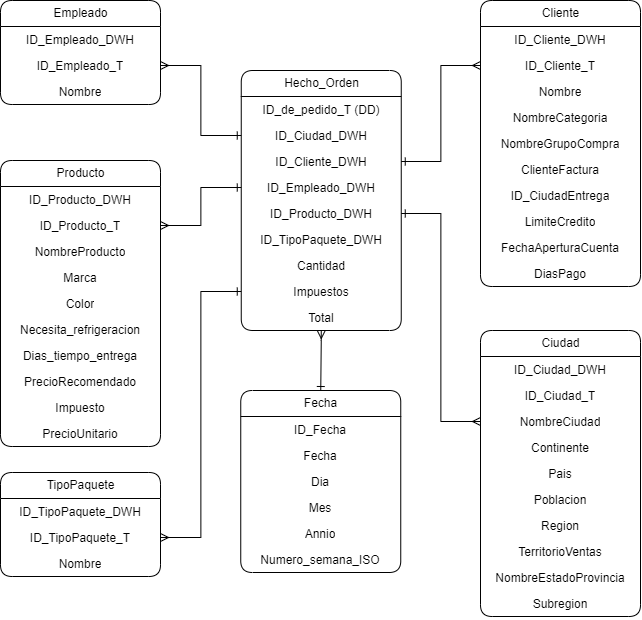
The draw.io diagram docs/RecursosTutoriales/Tutoriales/WWI_modelo_ordenes.png in MIAD-Modelo-Datos/guias_v1, before a commit. Source tidied: cells renumbered, new cells last; positions are measured from the earlier drawing's top-left corner, leaving out a move shared by most shapes. The source it was exported from:
```xml
<mxGraphModel>
  <root>
    <mxCell id="0" />
    <mxCell id="1" parent="0" />
    <mxCell id="2" value="Producto" style="swimlane;fontStyle=0;horizontal=1;startSize=26;fillColor=none;html=1;rounded=1;align=center;" parent="1" vertex="1">
      <mxGeometry y="160" width="160" height="286" as="geometry" />
    </mxCell>
    <mxCell id="3" value="ID_Producto_DWH" style="text;strokeColor=none;fillColor=none;align=center;verticalAlign=top;spacingLeft=4;spacingRight=4;overflow=hidden;whiteSpace=wrap;html=1;" parent="2" vertex="1">
      <mxGeometry y="26" width="160" height="26" as="geometry" />
    </mxCell>
    <mxCell id="4" value="ID_Producto_T" style="text;strokeColor=none;fillColor=none;align=center;verticalAlign=top;spacingLeft=4;spacingRight=4;overflow=hidden;points=[[0,0.5],[1,0.5]];portConstraint=eastwest;whiteSpace=wrap;html=1;" parent="2" vertex="1">
      <mxGeometry y="52" width="160" height="26" as="geometry" />
    </mxCell>
    <mxCell id="5" value="NombreProducto" style="text;strokeColor=none;fillColor=none;align=center;verticalAlign=top;spacingLeft=4;spacingRight=4;overflow=hidden;whiteSpace=wrap;html=1;" parent="2" vertex="1">
      <mxGeometry y="78" width="160" height="26" as="geometry" />
    </mxCell>
    <mxCell id="6" value="Marca" style="text;strokeColor=none;fillColor=none;align=center;verticalAlign=top;spacingLeft=4;spacingRight=4;overflow=hidden;whiteSpace=wrap;html=1;" parent="2" vertex="1">
      <mxGeometry y="104" width="160" height="26" as="geometry" />
    </mxCell>
    <mxCell id="7" value="Color" style="text;strokeColor=none;fillColor=none;align=center;verticalAlign=top;spacingLeft=4;spacingRight=4;overflow=hidden;whiteSpace=wrap;html=1;" parent="2" vertex="1">
      <mxGeometry y="130" width="160" height="26" as="geometry" />
    </mxCell>
    <mxCell id="8" value="Necesita_refrigeracion" style="text;strokeColor=none;fillColor=none;align=center;verticalAlign=top;spacingLeft=4;spacingRight=4;overflow=hidden;whiteSpace=wrap;html=1;" parent="2" vertex="1">
      <mxGeometry y="156" width="160" height="26" as="geometry" />
    </mxCell>
    <mxCell id="9" value="Dias_tiempo_entrega" style="text;strokeColor=none;fillColor=none;align=center;verticalAlign=top;spacingLeft=4;spacingRight=4;overflow=hidden;whiteSpace=wrap;html=1;" parent="2" vertex="1">
      <mxGeometry y="182" width="160" height="26" as="geometry" />
    </mxCell>
    <mxCell id="10" value="PrecioRecomendado" style="text;strokeColor=none;fillColor=none;align=center;verticalAlign=top;spacingLeft=4;spacingRight=4;overflow=hidden;whiteSpace=wrap;html=1;" parent="2" vertex="1">
      <mxGeometry y="208" width="160" height="26" as="geometry" />
    </mxCell>
    <mxCell id="11" value="Impuesto" style="text;strokeColor=none;fillColor=none;align=center;verticalAlign=top;spacingLeft=4;spacingRight=4;overflow=hidden;whiteSpace=wrap;html=1;" parent="2" vertex="1">
      <mxGeometry y="234" width="160" height="26" as="geometry" />
    </mxCell>
    <mxCell id="12" value="PrecioUnitario" style="text;strokeColor=none;fillColor=none;align=center;verticalAlign=top;spacingLeft=4;spacingRight=4;overflow=hidden;whiteSpace=wrap;html=1;" parent="2" vertex="1">
      <mxGeometry y="260" width="160" height="26" as="geometry" />
    </mxCell>
    <mxCell id="13" value="Empleado" style="swimlane;fontStyle=0;horizontal=1;startSize=26;fillColor=none;html=1;rounded=1;align=center;" parent="1" vertex="1">
      <mxGeometry width="160" height="104" as="geometry" />
    </mxCell>
    <mxCell id="14" value="ID_Empleado_DWH" style="text;strokeColor=none;fillColor=none;align=center;verticalAlign=top;spacingLeft=4;spacingRight=4;overflow=hidden;whiteSpace=wrap;html=1;" parent="13" vertex="1">
      <mxGeometry y="26" width="160" height="26" as="geometry" />
    </mxCell>
    <mxCell id="15" value="ID_Empleado_T" style="text;strokeColor=none;fillColor=none;align=center;verticalAlign=top;spacingLeft=4;spacingRight=4;overflow=hidden;points=[[0,0.5],[1,0.5]];portConstraint=eastwest;whiteSpace=wrap;html=1;" parent="13" vertex="1">
      <mxGeometry y="52" width="160" height="26" as="geometry" />
    </mxCell>
    <mxCell id="16" value="Nombre" style="text;strokeColor=none;fillColor=none;align=center;verticalAlign=top;spacingLeft=4;spacingRight=4;overflow=hidden;whiteSpace=wrap;html=1;" parent="13" vertex="1">
      <mxGeometry y="78" width="160" height="26" as="geometry" />
    </mxCell>
    <mxCell id="17" value="Cliente" style="swimlane;fontStyle=0;horizontal=1;startSize=26;fillColor=none;html=1;rounded=1;align=center;" parent="1" vertex="1">
      <mxGeometry x="480" width="160" height="286" as="geometry" />
    </mxCell>
    <mxCell id="18" value="ID_Cliente_DWH" style="text;strokeColor=none;fillColor=none;align=center;verticalAlign=top;spacingLeft=4;spacingRight=4;overflow=hidden;whiteSpace=wrap;html=1;" parent="17" vertex="1">
      <mxGeometry y="26" width="160" height="26" as="geometry" />
    </mxCell>
    <mxCell id="19" value="ID_Cliente_T" style="text;strokeColor=none;fillColor=none;align=center;verticalAlign=top;spacingLeft=4;spacingRight=4;overflow=hidden;points=[[0,0.5],[1,0.5]];portConstraint=eastwest;whiteSpace=wrap;html=1;" parent="17" vertex="1">
      <mxGeometry y="52" width="160" height="26" as="geometry" />
    </mxCell>
    <mxCell id="20" value="Nombre" style="text;strokeColor=none;fillColor=none;align=center;verticalAlign=top;spacingLeft=4;spacingRight=4;overflow=hidden;points=[[0,0.5],[1,0.5]];portConstraint=eastwest;whiteSpace=wrap;html=1;" parent="17" vertex="1">
      <mxGeometry y="78" width="160" height="26" as="geometry" />
    </mxCell>
    <mxCell id="21" value="NombreCategoria" style="text;strokeColor=none;fillColor=none;align=center;verticalAlign=top;spacingLeft=4;spacingRight=4;overflow=hidden;whiteSpace=wrap;html=1;" parent="17" vertex="1">
      <mxGeometry y="104" width="160" height="26" as="geometry" />
    </mxCell>
    <mxCell id="22" value="NombreGrupoCompra" style="text;strokeColor=none;fillColor=none;align=center;verticalAlign=top;spacingLeft=4;spacingRight=4;overflow=hidden;whiteSpace=wrap;html=1;" parent="17" vertex="1">
      <mxGeometry y="130" width="160" height="26" as="geometry" />
    </mxCell>
    <mxCell id="23" value="ClienteFactura" style="text;strokeColor=none;fillColor=none;align=center;verticalAlign=top;spacingLeft=4;spacingRight=4;overflow=hidden;whiteSpace=wrap;html=1;" parent="17" vertex="1">
      <mxGeometry y="156" width="160" height="26" as="geometry" />
    </mxCell>
    <mxCell id="24" value="ID_CiudadEntrega" style="text;strokeColor=none;fillColor=none;align=center;verticalAlign=top;spacingLeft=4;spacingRight=4;overflow=hidden;whiteSpace=wrap;html=1;" parent="17" vertex="1">
      <mxGeometry y="182" width="160" height="26" as="geometry" />
    </mxCell>
    <mxCell id="25" value="LimiteCredito" style="text;strokeColor=none;fillColor=none;align=center;verticalAlign=top;spacingLeft=4;spacingRight=4;overflow=hidden;whiteSpace=wrap;html=1;" parent="17" vertex="1">
      <mxGeometry y="208" width="160" height="26" as="geometry" />
    </mxCell>
    <mxCell id="26" value="FechaAperturaCuenta" style="text;strokeColor=none;fillColor=none;align=center;verticalAlign=top;spacingLeft=4;spacingRight=4;overflow=hidden;whiteSpace=wrap;html=1;" parent="17" vertex="1">
      <mxGeometry y="234" width="160" height="26" as="geometry" />
    </mxCell>
    <mxCell id="27" value="DiasPago" style="text;strokeColor=none;fillColor=none;align=center;verticalAlign=top;spacingLeft=4;spacingRight=4;overflow=hidden;whiteSpace=wrap;html=1;" parent="17" vertex="1">
      <mxGeometry y="260" width="160" height="26" as="geometry" />
    </mxCell>
    <mxCell id="28" value="Fecha" style="swimlane;fontStyle=0;horizontal=1;startSize=26;fillColor=none;html=1;rounded=1;align=center;" parent="1" vertex="1">
      <mxGeometry x="240.2" y="390" width="160" height="182" as="geometry" />
    </mxCell>
    <mxCell id="29" value="ID_Fecha" style="text;strokeColor=none;fillColor=none;align=center;verticalAlign=top;spacingLeft=4;spacingRight=4;overflow=hidden;whiteSpace=wrap;html=1;" parent="28" vertex="1">
      <mxGeometry y="26" width="160" height="26" as="geometry" />
    </mxCell>
    <mxCell id="30" value="Fecha" style="text;strokeColor=none;fillColor=none;align=center;verticalAlign=top;spacingLeft=4;spacingRight=4;overflow=hidden;whiteSpace=wrap;html=1;" parent="28" vertex="1">
      <mxGeometry y="52" width="160" height="26" as="geometry" />
    </mxCell>
    <mxCell id="31" value="Dia" style="text;strokeColor=none;fillColor=none;align=center;verticalAlign=top;spacingLeft=4;spacingRight=4;overflow=hidden;whiteSpace=wrap;html=1;" parent="28" vertex="1">
      <mxGeometry y="78" width="160" height="26" as="geometry" />
    </mxCell>
    <mxCell id="32" value="Mes" style="text;strokeColor=none;fillColor=none;align=center;verticalAlign=top;spacingLeft=4;spacingRight=4;overflow=hidden;whiteSpace=wrap;html=1;" parent="28" vertex="1">
      <mxGeometry y="104" width="160" height="26" as="geometry" />
    </mxCell>
    <mxCell id="33" value="Annio" style="text;strokeColor=none;fillColor=none;align=center;verticalAlign=top;spacingLeft=4;spacingRight=4;overflow=hidden;whiteSpace=wrap;html=1;" parent="28" vertex="1">
      <mxGeometry y="130" width="160" height="26" as="geometry" />
    </mxCell>
    <mxCell id="34" value="Numero_semana_ISO" style="text;strokeColor=none;fillColor=none;align=center;verticalAlign=top;spacingLeft=4;spacingRight=4;overflow=hidden;whiteSpace=wrap;html=1;" parent="28" vertex="1">
      <mxGeometry y="156" width="160" height="26" as="geometry" />
    </mxCell>
    <mxCell id="35" style="edgeStyle=orthogonalEdgeStyle;rounded=0;jettySize=auto;html=1;entryX=0.5;entryY=0;entryDx=0;entryDy=0;startArrow=ERmany;startFill=0;endArrow=ERone;endFill=0;" parent="1" edge="1" source="45" target="28">
      <mxGeometry relative="1" as="geometry">
        <Array as="points">
          <mxPoint x="320.8" y="340" />
          <mxPoint x="320.8" y="340" />
        </Array>
      </mxGeometry>
    </mxCell>
    <mxCell id="36" value="Hecho_Orden" style="swimlane;fontStyle=0;horizontal=1;startSize=26;fillColor=none;html=1;rounded=1;align=center;" parent="1" vertex="1">
      <mxGeometry x="240.8" y="70" width="160" height="260" as="geometry" />
    </mxCell>
    <mxCell id="37" value="ID_de_pedido_T (DD)" style="text;strokeColor=none;fillColor=none;align=center;verticalAlign=top;spacingLeft=4;spacingRight=4;overflow=hidden;whiteSpace=wrap;html=1;" parent="36" vertex="1">
      <mxGeometry y="26" width="160" height="26" as="geometry" />
    </mxCell>
    <mxCell id="38" value="ID_Ciudad_DWH" style="text;strokeColor=none;fillColor=none;align=center;verticalAlign=top;spacingLeft=4;spacingRight=4;overflow=hidden;points=[[0,0.5],[1,0.5]];portConstraint=eastwest;whiteSpace=wrap;html=1;" parent="36" vertex="1">
      <mxGeometry y="52" width="160" height="26" as="geometry" />
    </mxCell>
    <mxCell id="39" value="ID_Cliente_DWH" style="text;strokeColor=none;fillColor=none;align=center;verticalAlign=top;spacingLeft=4;spacingRight=4;overflow=hidden;points=[[0,0.5],[1,0.5]];portConstraint=eastwest;whiteSpace=wrap;html=1;" parent="36" vertex="1">
      <mxGeometry y="78" width="160" height="26" as="geometry" />
    </mxCell>
    <mxCell id="40" value="ID_Empleado_DWH" style="text;strokeColor=none;fillColor=none;align=center;verticalAlign=top;spacingLeft=4;spacingRight=4;overflow=hidden;points=[[0,0.5],[1,0.5]];portConstraint=eastwest;whiteSpace=wrap;html=1;" parent="36" vertex="1">
      <mxGeometry y="104" width="160" height="26" as="geometry" />
    </mxCell>
    <mxCell id="41" value="ID_Producto_DWH" style="text;strokeColor=none;fillColor=none;align=center;verticalAlign=top;spacingLeft=4;spacingRight=4;overflow=hidden;points=[[0,0.5],[1,0.5]];portConstraint=eastwest;whiteSpace=wrap;html=1;" parent="36" vertex="1">
      <mxGeometry y="130" width="160" height="26" as="geometry" />
    </mxCell>
    <mxCell id="42" value="ID_TipoPaquete_DWH" style="text;strokeColor=none;fillColor=none;align=center;verticalAlign=top;spacingLeft=4;spacingRight=4;overflow=hidden;whiteSpace=wrap;html=1;" parent="36" vertex="1">
      <mxGeometry y="156" width="160" height="26" as="geometry" />
    </mxCell>
    <mxCell id="43" value="Cantidad" style="text;strokeColor=none;fillColor=none;align=center;verticalAlign=top;spacingLeft=4;spacingRight=4;overflow=hidden;points=[[0,0.5],[1,0.5]];portConstraint=eastwest;whiteSpace=wrap;html=1;" parent="36" vertex="1">
      <mxGeometry y="182" width="160" height="26" as="geometry" />
    </mxCell>
    <mxCell id="44" value="Impuestos" style="text;strokeColor=none;fillColor=none;align=center;verticalAlign=top;spacingLeft=4;spacingRight=4;overflow=hidden;points=[[0,0.5],[1,0.5]];portConstraint=eastwest;whiteSpace=wrap;html=1;" parent="36" vertex="1">
      <mxGeometry y="208" width="160" height="26" as="geometry" />
    </mxCell>
    <mxCell id="45" value="Total" style="text;strokeColor=none;fillColor=none;align=center;verticalAlign=top;spacingLeft=4;spacingRight=4;overflow=hidden;points=[[0,0.5],[1,0.5]];portConstraint=eastwest;whiteSpace=wrap;html=1;" parent="36" vertex="1">
      <mxGeometry y="234" width="160" height="26" as="geometry" />
    </mxCell>
    <mxCell id="46" value="TipoPaquete" style="swimlane;fontStyle=0;horizontal=1;startSize=26;fillColor=none;html=1;rounded=1;align=center;" parent="1" vertex="1">
      <mxGeometry y="472" width="160" height="104" as="geometry" />
    </mxCell>
    <mxCell id="47" value="ID_TipoPaquete_DWH" style="text;strokeColor=none;fillColor=none;align=center;verticalAlign=top;spacingLeft=4;spacingRight=4;overflow=hidden;whiteSpace=wrap;html=1;" parent="46" vertex="1">
      <mxGeometry y="26" width="160" height="26" as="geometry" />
    </mxCell>
    <mxCell id="48" value="ID_TipoPaquete_T" style="text;strokeColor=none;fillColor=none;align=center;verticalAlign=top;spacingLeft=4;spacingRight=4;overflow=hidden;points=[[0,0.5],[1,0.5]];portConstraint=eastwest;whiteSpace=wrap;html=1;" parent="46" vertex="1">
      <mxGeometry y="52" width="160" height="26" as="geometry" />
    </mxCell>
    <mxCell id="49" value="Nombre" style="text;strokeColor=none;fillColor=none;align=center;verticalAlign=top;spacingLeft=4;spacingRight=4;overflow=hidden;whiteSpace=wrap;html=1;" parent="46" vertex="1">
      <mxGeometry y="78" width="160" height="26" as="geometry" />
    </mxCell>
    <mxCell id="50" value="Ciudad" style="swimlane;fontStyle=0;horizontal=1;startSize=26;fillColor=none;html=1;rounded=1;align=center;" parent="1" vertex="1">
      <mxGeometry x="480" y="330" width="160" height="286" as="geometry" />
    </mxCell>
    <mxCell id="51" value="ID_Ciudad_DWH" style="text;strokeColor=none;fillColor=none;align=center;verticalAlign=top;spacingLeft=4;spacingRight=4;overflow=hidden;whiteSpace=wrap;html=1;" parent="50" vertex="1">
      <mxGeometry y="26" width="160" height="26" as="geometry" />
    </mxCell>
    <mxCell id="52" value="ID_Ciudad_T" style="text;strokeColor=none;fillColor=none;align=center;verticalAlign=top;spacingLeft=4;spacingRight=4;overflow=hidden;whiteSpace=wrap;html=1;" parent="50" vertex="1">
      <mxGeometry y="52" width="160" height="26" as="geometry" />
    </mxCell>
    <mxCell id="53" value="NombreCiudad" style="text;strokeColor=none;fillColor=none;align=center;verticalAlign=top;spacingLeft=4;spacingRight=4;overflow=hidden;points=[[0,0.5],[1,0.5]];portConstraint=eastwest;whiteSpace=wrap;html=1;" parent="50" vertex="1">
      <mxGeometry y="78" width="160" height="26" as="geometry" />
    </mxCell>
    <mxCell id="54" value="Continente" style="text;strokeColor=none;fillColor=none;align=center;verticalAlign=top;spacingLeft=4;spacingRight=4;overflow=hidden;whiteSpace=wrap;html=1;" parent="50" vertex="1">
      <mxGeometry y="104" width="160" height="26" as="geometry" />
    </mxCell>
    <mxCell id="55" value="Pais" style="text;strokeColor=none;fillColor=none;align=center;verticalAlign=top;spacingLeft=4;spacingRight=4;overflow=hidden;whiteSpace=wrap;html=1;" parent="50" vertex="1">
      <mxGeometry y="130" width="160" height="26" as="geometry" />
    </mxCell>
    <mxCell id="56" value="Poblacion" style="text;strokeColor=none;fillColor=none;align=center;verticalAlign=top;spacingLeft=4;spacingRight=4;overflow=hidden;whiteSpace=wrap;html=1;" parent="50" vertex="1">
      <mxGeometry y="156" width="160" height="26" as="geometry" />
    </mxCell>
    <mxCell id="57" value="Region" style="text;strokeColor=none;fillColor=none;align=center;verticalAlign=top;spacingLeft=4;spacingRight=4;overflow=hidden;whiteSpace=wrap;html=1;" parent="50" vertex="1">
      <mxGeometry y="182" width="160" height="26" as="geometry" />
    </mxCell>
    <mxCell id="58" value="TerritorioVentas" style="text;strokeColor=none;fillColor=none;align=center;verticalAlign=top;spacingLeft=4;spacingRight=4;overflow=hidden;whiteSpace=wrap;html=1;" parent="50" vertex="1">
      <mxGeometry y="208" width="160" height="26" as="geometry" />
    </mxCell>
    <mxCell id="59" value="NombreEstadoProvincia" style="text;strokeColor=none;fillColor=none;align=center;verticalAlign=top;spacingLeft=4;spacingRight=4;overflow=hidden;whiteSpace=wrap;html=1;" parent="50" vertex="1">
      <mxGeometry y="234" width="160" height="26" as="geometry" />
    </mxCell>
    <mxCell id="60" value="Subregion" style="text;strokeColor=none;fillColor=none;align=center;verticalAlign=top;spacingLeft=4;spacingRight=4;overflow=hidden;whiteSpace=wrap;html=1;" parent="50" vertex="1">
      <mxGeometry y="260" width="160" height="26" as="geometry" />
    </mxCell>
    <mxCell id="61" style="edgeStyle=orthogonalEdgeStyle;rounded=0;jettySize=auto;html=1;exitX=0;exitY=0.5;exitDx=0;exitDy=0;startArrow=ERmany;startFill=0;endArrow=ERone;endFill=0;" parent="1" edge="1" source="19" target="39">
      <mxGeometry relative="1" as="geometry" />
    </mxCell>
    <mxCell id="62" style="edgeStyle=orthogonalEdgeStyle;rounded=0;jettySize=auto;html=1;exitX=0;exitY=0.5;exitDx=0;exitDy=0;entryX=1;entryY=0.5;entryDx=0;entryDy=0;startArrow=ERmany;startFill=0;endArrow=ERone;endFill=0;" parent="1" edge="1" source="53" target="41">
      <mxGeometry relative="1" as="geometry" />
    </mxCell>
    <mxCell id="63" style="edgeStyle=orthogonalEdgeStyle;rounded=0;jettySize=auto;html=1;exitX=1;exitY=0.5;exitDx=0;exitDy=0;entryX=0;entryY=0.5;entryDx=0;entryDy=0;startArrow=ERmany;startFill=0;endArrow=ERone;endFill=0;" parent="1" edge="1" source="15" target="38">
      <mxGeometry relative="1" as="geometry" />
    </mxCell>
    <mxCell id="64" style="edgeStyle=orthogonalEdgeStyle;rounded=0;jettySize=auto;html=1;exitX=1;exitY=0.5;exitDx=0;exitDy=0;entryX=0;entryY=0.5;entryDx=0;entryDy=0;startArrow=ERmany;startFill=0;endArrow=ERone;endFill=0;" parent="1" edge="1" source="48" target="44">
      <mxGeometry relative="1" as="geometry" />
    </mxCell>
    <mxCell id="65" style="edgeStyle=orthogonalEdgeStyle;rounded=0;jettySize=auto;html=1;exitX=1;exitY=0.5;exitDx=0;exitDy=0;entryX=0;entryY=0.5;entryDx=0;entryDy=0;startArrow=ERmany;startFill=0;endArrow=ERone;endFill=0;" parent="1" edge="1" source="4" target="40">
      <mxGeometry relative="1" as="geometry" />
    </mxCell>
  </root>
</mxGraphModel>
```
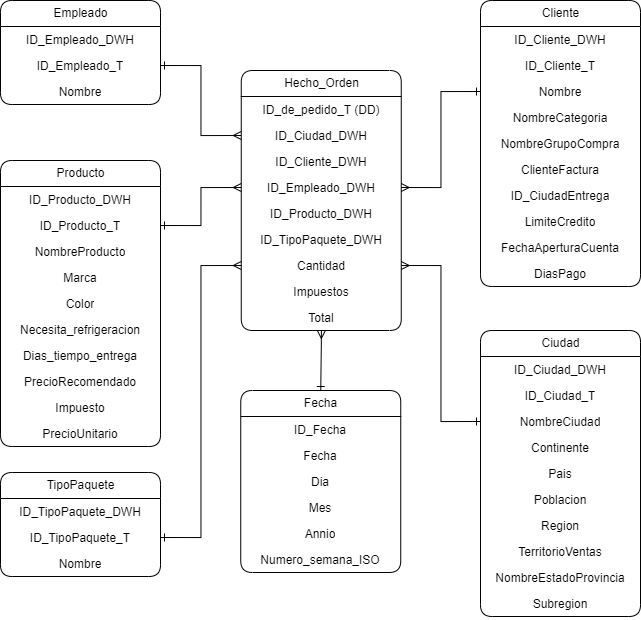
The same file after the commit.

Change to the diagram source:
```diff
@@ -184,19 +184,19 @@
     <mxCell id="60" value="Subregion" style="text;strokeColor=none;fillColor=none;align=center;verticalAlign=top;spacingLeft=4;spacingRight=4;overflow=hidden;whiteSpace=wrap;html=1;" parent="50" vertex="1">
       <mxGeometry y="260" width="160" height="26" as="geometry" />
     </mxCell>
-    <mxCell id="61" style="edgeStyle=orthogonalEdgeStyle;rounded=0;jettySize=auto;html=1;exitX=0;exitY=0.5;exitDx=0;exitDy=0;startArrow=ERmany;startFill=0;endArrow=ERone;endFill=0;" parent="1" edge="1" source="19" target="39">
+    <mxCell id="61" style="edgeStyle=orthogonalEdgeStyle;rounded=0;jettySize=auto;html=1;exitX=0;exitY=0.5;exitDx=0;exitDy=0;entryX=1;entryY=0.5;entryDx=0;entryDy=0;endArrow=ERmany;endFill=0;startArrow=ERone;startFill=0;" parent="1" edge="1" source="20" target="40">
       <mxGeometry relative="1" as="geometry" />
     </mxCell>
-    <mxCell id="62" style="edgeStyle=orthogonalEdgeStyle;rounded=0;jettySize=auto;html=1;exitX=0;exitY=0.5;exitDx=0;exitDy=0;entryX=1;entryY=0.5;entryDx=0;entryDy=0;startArrow=ERmany;startFill=0;endArrow=ERone;endFill=0;" parent="1" edge="1" source="53" target="41">
+    <mxCell id="62" style="edgeStyle=orthogonalEdgeStyle;rounded=0;jettySize=auto;html=1;exitX=0;exitY=0.5;exitDx=0;exitDy=0;entryX=1;entryY=0.5;entryDx=0;entryDy=0;startArrow=ERone;startFill=0;endArrow=ERmany;endFill=0;" parent="1" edge="1" source="53" target="43">
       <mxGeometry relative="1" as="geometry" />
     </mxCell>
-    <mxCell id="63" style="edgeStyle=orthogonalEdgeStyle;rounded=0;jettySize=auto;html=1;exitX=1;exitY=0.5;exitDx=0;exitDy=0;entryX=0;entryY=0.5;entryDx=0;entryDy=0;startArrow=ERmany;startFill=0;endArrow=ERone;endFill=0;" parent="1" edge="1" source="15" target="38">
+    <mxCell id="63" style="edgeStyle=orthogonalEdgeStyle;rounded=0;jettySize=auto;html=1;exitX=1;exitY=0.5;exitDx=0;exitDy=0;entryX=0;entryY=0.5;entryDx=0;entryDy=0;startArrow=ERone;startFill=0;endArrow=ERmany;endFill=0;" parent="1" edge="1" source="48" target="43">
       <mxGeometry relative="1" as="geometry" />
     </mxCell>
-    <mxCell id="64" style="edgeStyle=orthogonalEdgeStyle;rounded=0;jettySize=auto;html=1;exitX=1;exitY=0.5;exitDx=0;exitDy=0;entryX=0;entryY=0.5;entryDx=0;entryDy=0;startArrow=ERmany;startFill=0;endArrow=ERone;endFill=0;" parent="1" edge="1" source="48" target="44">
+    <mxCell id="64" style="edgeStyle=orthogonalEdgeStyle;rounded=0;jettySize=auto;html=1;exitX=1;exitY=0.5;exitDx=0;exitDy=0;entryX=0;entryY=0.5;entryDx=0;entryDy=0;startArrow=ERone;startFill=0;endArrow=ERmany;endFill=0;" parent="1" edge="1" source="4" target="40">
       <mxGeometry relative="1" as="geometry" />
     </mxCell>
-    <mxCell id="65" style="edgeStyle=orthogonalEdgeStyle;rounded=0;jettySize=auto;html=1;exitX=1;exitY=0.5;exitDx=0;exitDy=0;entryX=0;entryY=0.5;entryDx=0;entryDy=0;startArrow=ERmany;startFill=0;endArrow=ERone;endFill=0;" parent="1" edge="1" source="4" target="40">
+    <mxCell id="65" style="edgeStyle=orthogonalEdgeStyle;rounded=0;jettySize=auto;html=1;exitX=1;exitY=0.5;exitDx=0;exitDy=0;entryX=0;entryY=0.5;entryDx=0;entryDy=0;startArrow=ERone;startFill=0;endArrow=ERmany;endFill=0;" parent="1" edge="1" source="15" target="38">
       <mxGeometry relative="1" as="geometry" />
     </mxCell>
   </root>
```
